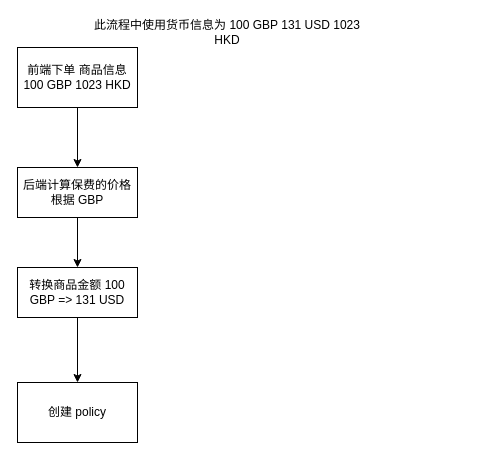
This is multi-currency.drawio from ilikebug/drawio, a draw.io file, before an edit. Source tidied: cells renumbered, new cells numbered last; positions are measured from the earlier drawing's top-left corner, leaving out a move shared by most shapes. Both pictures are drawn from the tidied source at 100%, with x=0, y=0 at pixel (17, 17).
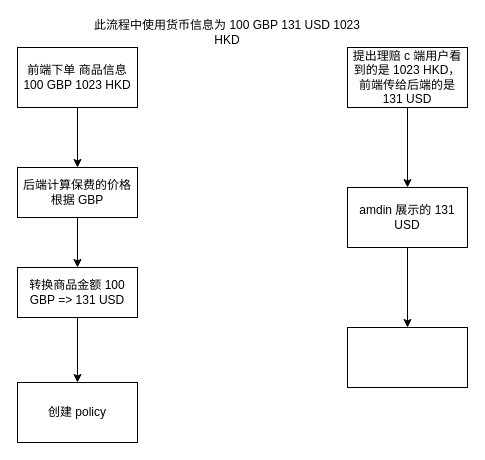
The same page after the edit.

Change to the diagram source:
```diff
@@
 <mxGraphModel>
   <root>
     <mxCell id="0" />
     <mxCell id="1" parent="0" />
     <mxCell id="2" value="此流程中使用货币信息为 100 GBP 131 USD 1023 HKD" style="text;html=1;strokeColor=none;fillColor=none;align=center;verticalAlign=middle;whiteSpace=wrap;rounded=0;" parent="1" vertex="1">
       <mxGeometry x="70" width="280" height="30" as="geometry" />
     </mxCell>
     <mxCell id="3" value="前端下单 商品信息 100 GBP 1023 HKD" style="rounded=0;whiteSpace=wrap;html=1;" parent="1" vertex="1">
       <mxGeometry y="30" width="120" height="60" as="geometry" />
     </mxCell>
     <mxCell id="4" style="endArrow=classic;html=1;rounded=0;exitX=0.5;exitY=1;exitDx=0;exitDy=0;entryX=0.5;entryY=0;entryDx=0;entryDy=0;" parent="1" edge="1" source="3" target="6">
       <mxGeometry relative="1" as="geometry" />
     </mxCell>
     <mxCell id="5" style="edgeStyle=orthogonalEdgeStyle;rounded=0;jettySize=auto;html=1;" parent="1" edge="1" source="6" target="8">
       <mxGeometry relative="1" as="geometry" />
     </mxCell>
     <mxCell id="6" value="后端计算保费的价格根据 GBP" style="rounded=0;whiteSpace=wrap;html=1;" parent="1" vertex="1">
       <mxGeometry y="150" width="120" height="50" as="geometry" />
     </mxCell>
     <mxCell id="7" style="edgeStyle=orthogonalEdgeStyle;rounded=0;jettySize=auto;html=1;" parent="1" edge="1" source="8" target="9">
       <mxGeometry relative="1" as="geometry" />
     </mxCell>
     <mxCell id="8" value="转换商品金额 100 GBP =&amp;gt; 131 USD" style="rounded=0;whiteSpace=wrap;html=1;" parent="1" vertex="1">
       <mxGeometry y="250" width="120" height="50" as="geometry" />
     </mxCell>
     <mxCell id="9" value="创建 policy" style="whiteSpace=wrap;html=1;rounded=0;" parent="1" vertex="1">
       <mxGeometry y="365" width="120" height="60" as="geometry" />
     </mxCell>
+    <mxCell id="10" style="edgeStyle=orthogonalEdgeStyle;rounded=0;jettySize=auto;html=1;" parent="1" edge="1" source="11" target="13">
+      <mxGeometry relative="1" as="geometry" />
+    </mxCell>
+    <mxCell id="11" value="提出理赔 c 端用户看到的是 1023 HKD，前端传给后端的是 131 USD" style="rounded=0;whiteSpace=wrap;html=1;" parent="1" vertex="1">
+      <mxGeometry x="330" y="30" width="120" height="60" as="geometry" />
+    </mxCell>
+    <mxCell id="12" style="edgeStyle=orthogonalEdgeStyle;rounded=0;jettySize=auto;html=1;" parent="1" edge="1" source="13" target="14">
+      <mxGeometry relative="1" as="geometry" />
+    </mxCell>
+    <mxCell id="13" value="amdin 展示的 131 USD" style="whiteSpace=wrap;html=1;rounded=0;" parent="1" vertex="1">
+      <mxGeometry x="330" y="170" width="120" height="60" as="geometry" />
+    </mxCell>
+    <mxCell id="14" style="whiteSpace=wrap;html=1;rounded=0;align=center;" parent="1" vertex="1">
+      <mxGeometry x="330" y="310" width="120" height="60" as="geometry" />
+    </mxCell>
   </root>
 </mxGraphModel>
```
